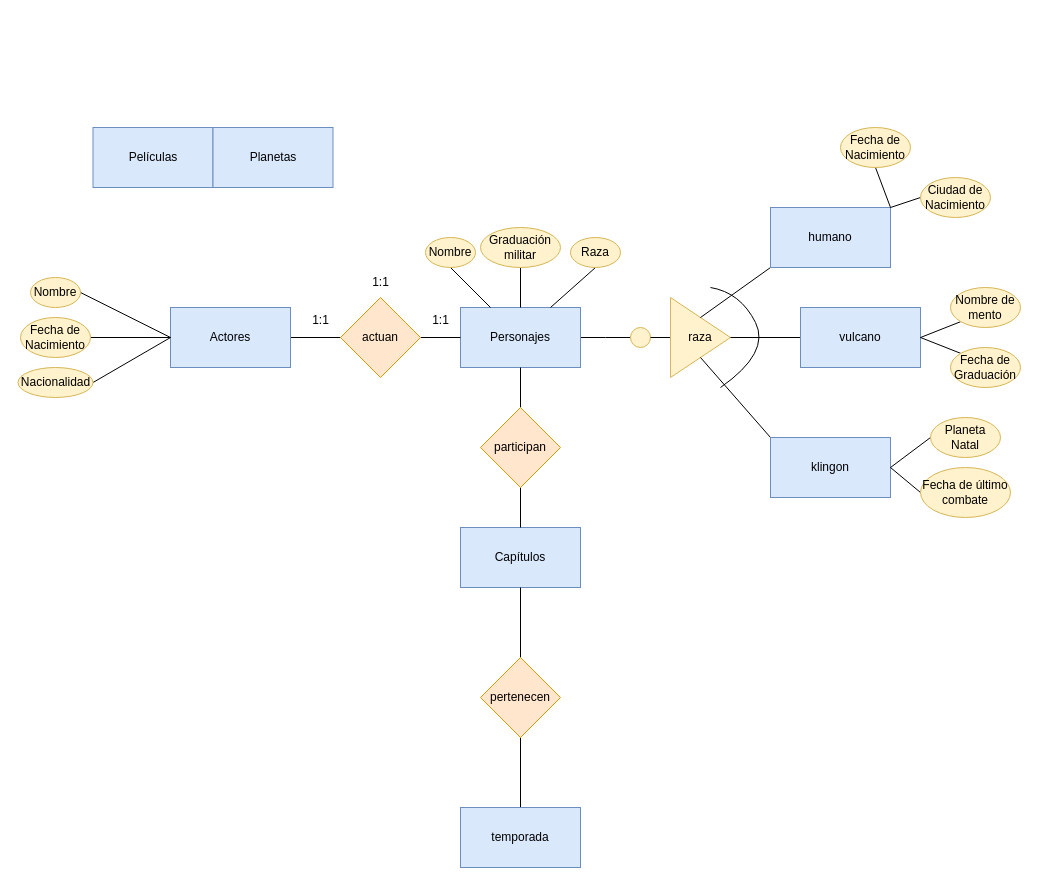
Above: tareas 1/star trek tarea Ud2 Entregalbe 3.drawio in GermanOjeda/base-datos (draw.io), before the change. Source tidied: cells renumbered, new cells numbered last; positions are measured from the earlier drawing's top-left corner, leaving out a move shared by most shapes. Both pictures are drawn from the tidied source at 100%, with x=0, y=0 at pixel (18, 127).
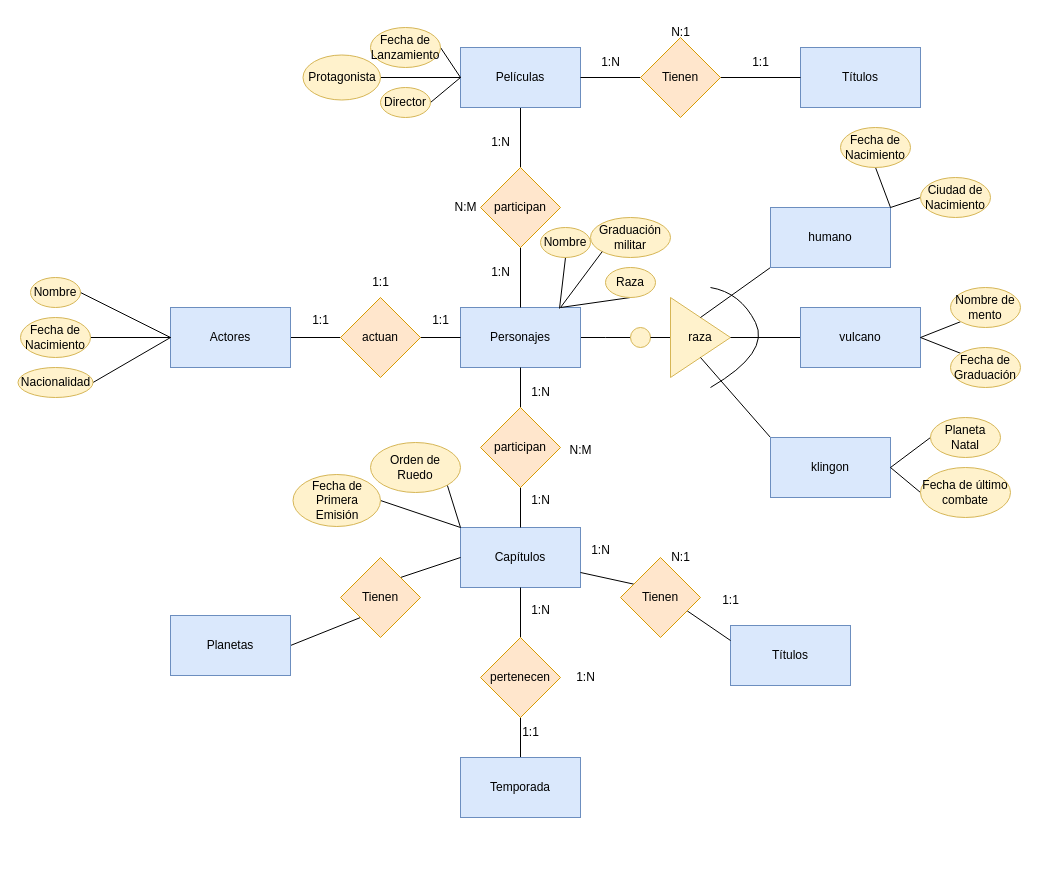
The same page after the edit.

The change refers to these unchanged cells:
```xml
<mxCell id="5" value="Personajes" style="rounded=0;whiteSpace=wrap;html=1;fillColor=#dae8fc;strokeColor=#6c8ebf;" parent="1" vertex="1">
  <mxGeometry x="442" y="180" width="120" height="60" as="geometry" />
</mxCell>
<mxCell id="6" value="Capítulos" style="rounded=0;whiteSpace=wrap;html=1;fillColor=#dae8fc;strokeColor=#6c8ebf;" parent="1" vertex="1">
  <mxGeometry x="442" y="400" width="120" height="60" as="geometry" />
</mxCell>
```

Diff of the diagram source:
```diff
@@
+    <mxCell id="55" style="rounded=0;jettySize=auto;html=1;exitX=0.5;exitY=0;exitDx=0;exitDy=0;entryX=0.5;entryY=1;entryDx=0;entryDy=0;endArrow=none;endFill=0;" parent="1" edge="1" source="75" target="7">
+      <mxGeometry relative="1" as="geometry" />
+    </mxCell>
@@
     <mxCell id="7" value="Películas" style="rounded=0;whiteSpace=wrap;html=1;fillColor=#dae8fc;strokeColor=#6c8ebf;" parent="1" vertex="1">
-      <mxGeometry x="74.5" width="120" height="60" as="geometry" />
+      <mxGeometry x="442" y="-80" width="120" height="60" as="geometry" />
     </mxCell>
+    <mxCell id="56" style="rounded=0;jettySize=auto;html=1;exitX=1;exitY=0.5;exitDx=0;exitDy=0;entryX=0;entryY=1;entryDx=0;entryDy=0;endArrow=none;endFill=0;" parent="1" edge="1" source="8" target="94">
+      <mxGeometry relative="1" as="geometry" />
+    </mxCell>
     <mxCell id="8" value="Planetas" style="rounded=0;whiteSpace=wrap;html=1;fillColor=#dae8fc;strokeColor=#6c8ebf;" parent="1" vertex="1">
-      <mxGeometry x="194.5" width="120" height="60" as="geometry" />
+      <mxGeometry x="152" y="488" width="120" height="60" as="geometry" />
     </mxCell>
@@
-    <mxCell id="20" style="rounded=0;jettySize=auto;html=1;exitX=0.5;exitY=1;exitDx=0;exitDy=0;endArrow=none;endFill=0;" parent="1" edge="1" source="21" target="5">
+    <mxCell id="20" style="rounded=0;jettySize=auto;html=1;exitX=0.5;exitY=1;exitDx=0;exitDy=0;endArrow=none;endFill=0;entryX=0.825;entryY=0.017;entryDx=0;entryDy=0;entryPerimeter=0;" parent="1" edge="1" source="21" target="5">
       <mxGeometry relative="1" as="geometry" />
     </mxCell>
     <mxCell id="21" value="Nombre" style="ellipse;whiteSpace=wrap;html=1;fillColor=#fff2cc;strokeColor=#d6b656;" parent="1" vertex="1">
-      <mxGeometry x="407" y="110" width="50" height="30" as="geometry" />
+      <mxGeometry x="522" y="100" width="50" height="30" as="geometry" />
     </mxCell>
-    <mxCell id="22" style="rounded=0;jettySize=auto;html=1;exitX=0.5;exitY=1;exitDx=0;exitDy=0;entryX=0.5;entryY=0;entryDx=0;entryDy=0;endArrow=none;endFill=0;" parent="1" edge="1" source="23" target="5">
-      <mxGeometry relative="1" as="geometry" />
-    </mxCell>
     <mxCell id="23" value="Graduación militar" style="ellipse;whiteSpace=wrap;html=1;fillColor=#fff2cc;strokeColor=#d6b656;" parent="1" vertex="1">
-      <mxGeometry x="462" y="100" width="80" height="40" as="geometry" />
+      <mxGeometry x="572" y="90" width="80" height="40" as="geometry" />
     </mxCell>
-    <mxCell id="24" style="rounded=0;jettySize=auto;html=1;exitX=0.5;exitY=1;exitDx=0;exitDy=0;entryX=0.75;entryY=0;entryDx=0;entryDy=0;endArrow=none;endFill=0;" parent="1" edge="1" source="25" target="5">
-      <mxGeometry relative="1" as="geometry" />
+    <mxCell id="24" style="rounded=0;jettySize=auto;html=1;exitX=0.5;exitY=1;exitDx=0;exitDy=0;endArrow=none;endFill=0;" parent="1" edge="1" source="25">
+      <mxGeometry relative="1" as="geometry">
+        <mxPoint x="542" y="180" as="targetPoint" />
+      </mxGeometry>
     </mxCell>
     <mxCell id="25" value="Raza" style="ellipse;whiteSpace=wrap;html=1;fillColor=#fff2cc;strokeColor=#d6b656;" parent="1" vertex="1">
-      <mxGeometry x="552" y="110" width="50" height="30" as="geometry" />
+      <mxGeometry x="587" y="140" width="50" height="30" as="geometry" />
     </mxCell>
@@
     <mxCell id="29" style="curved=1;endArrow=none;html=1;rounded=0;endFill=0;" parent="1" edge="1">
       <mxGeometry relative="1" as="geometry">
-        <mxPoint x="702" y="260" as="sourcePoint" />
+        <mxPoint x="692" y="260" as="sourcePoint" />
         <mxPoint x="692" y="160" as="targetPoint" />
         <Array as="points">
           <mxPoint x="752" y="225" />
           <mxPoint x="722" y="165" />
         </Array>
       </mxGeometry>
     </mxCell>
@@
-    <mxCell id="52" value="temporada" style="rounded=0;whiteSpace=wrap;html=1;fillColor=#dae8fc;strokeColor=#6c8ebf;" parent="1" vertex="1">
-      <mxGeometry x="442" y="680" width="120" height="60" as="geometry" />
+    <mxCell id="52" value="Temporada" style="rounded=0;whiteSpace=wrap;html=1;fillColor=#dae8fc;strokeColor=#6c8ebf;" parent="1" vertex="1">
+      <mxGeometry x="442" y="630" width="120" height="60" as="geometry" />
     </mxCell>
@@
     <mxCell id="54" value="pertenecen" style="rhombus;whiteSpace=wrap;html=1;fillColor=#ffe6cc;strokeColor=#d79b00;" parent="1" vertex="1">
-      <mxGeometry x="462" y="530" width="80" height="80" as="geometry" />
+      <mxGeometry x="462" y="510" width="80" height="80" as="geometry" />
     </mxCell>
+    <mxCell id="57" value="1:N" style="text;html=1;align=center;verticalAlign=middle;strokeColor=none;fillColor=none;" parent="1" vertex="1">
+      <mxGeometry x="502" y="250" width="40" height="30" as="geometry" />
+    </mxCell>
+    <mxCell id="58" value="1:N" style="text;html=1;align=center;verticalAlign=middle;strokeColor=none;fillColor=none;" parent="1" vertex="1">
+      <mxGeometry x="502" y="358" width="40" height="30" as="geometry" />
+    </mxCell>
+    <mxCell id="59" value="N:M" style="text;html=1;align=center;verticalAlign=middle;strokeColor=none;fillColor=none;" parent="1" vertex="1">
+      <mxGeometry x="537" y="308" width="50" height="30" as="geometry" />
+    </mxCell>
+    <mxCell id="60" value="1:1" style="text;html=1;align=center;verticalAlign=middle;strokeColor=none;fillColor=none;" parent="1" vertex="1">
+      <mxGeometry x="492" y="590" width="40" height="30" as="geometry" />
+    </mxCell>
+    <mxCell id="61" value="1:N" style="text;html=1;align=center;verticalAlign=middle;strokeColor=none;fillColor=none;" parent="1" vertex="1">
+      <mxGeometry x="502" y="468" width="40" height="30" as="geometry" />
+    </mxCell>
+    <mxCell id="62" value="1:N" style="text;html=1;align=center;verticalAlign=middle;strokeColor=none;fillColor=none;" parent="1" vertex="1">
+      <mxGeometry x="547" y="535" width="40" height="30" as="geometry" />
+    </mxCell>
+    <mxCell id="63" style="rounded=0;jettySize=auto;html=1;exitX=0;exitY=0.25;exitDx=0;exitDy=0;entryX=1;entryY=0.75;entryDx=0;entryDy=0;endArrow=none;endFill=0;" parent="1" edge="1" source="66" target="6">
+      <mxGeometry relative="1" as="geometry" />
+    </mxCell>
+    <mxCell id="64" value="Títulos" style="rounded=0;whiteSpace=wrap;html=1;fillColor=#dae8fc;strokeColor=#6c8ebf;" parent="1" vertex="1">
+      <mxGeometry x="712" y="498" width="120" height="60" as="geometry" />
+    </mxCell>
+    <mxCell id="65" style="rounded=0;jettySize=auto;html=1;exitX=0;exitY=0.25;exitDx=0;exitDy=0;entryX=1;entryY=0.75;entryDx=0;entryDy=0;endArrow=none;endFill=0;" parent="1" edge="1" source="64" target="66">
+      <mxGeometry relative="1" as="geometry" />
+    </mxCell>
+    <mxCell id="66" value="Tienen" style="rhombus;whiteSpace=wrap;html=1;fillColor=#ffe6cc;strokeColor=#d79b00;" parent="1" vertex="1">
+      <mxGeometry x="602" y="430" width="80" height="80" as="geometry" />
+    </mxCell>
+    <mxCell id="67" value="1:N" style="text;html=1;align=center;verticalAlign=middle;strokeColor=none;fillColor=none;" parent="1" vertex="1">
+      <mxGeometry x="562" y="408" width="40" height="30" as="geometry" />
+    </mxCell>
+    <mxCell id="68" value="1:1" style="text;html=1;align=center;verticalAlign=middle;strokeColor=none;fillColor=none;" parent="1" vertex="1">
+      <mxGeometry x="692" y="458" width="40" height="30" as="geometry" />
+    </mxCell>
+    <mxCell id="69" value="N:1" style="text;html=1;align=center;verticalAlign=middle;strokeColor=none;fillColor=none;" parent="1" vertex="1">
+      <mxGeometry x="642" y="415" width="40" height="30" as="geometry" />
+    </mxCell>
+    <mxCell id="70" style="rounded=0;jettySize=auto;html=1;exitX=1;exitY=1;exitDx=0;exitDy=0;entryX=0;entryY=0;entryDx=0;entryDy=0;endArrow=none;endFill=0;" parent="1" edge="1" source="71" target="6">
+      <mxGeometry relative="1" as="geometry" />
+    </mxCell>
+    <mxCell id="71" value="Orden de Ruedo" style="ellipse;whiteSpace=wrap;html=1;fillColor=#fff2cc;strokeColor=#d6b656;" parent="1" vertex="1">
+      <mxGeometry x="352" y="315" width="90" height="50" as="geometry" />
+    </mxCell>
+    <mxCell id="72" style="rounded=0;jettySize=auto;html=1;exitX=1;exitY=0.5;exitDx=0;exitDy=0;endArrow=none;endFill=0;" parent="1" edge="1" source="73">
+      <mxGeometry relative="1" as="geometry">
+        <mxPoint x="442" y="400" as="targetPoint" />
+      </mxGeometry>
+    </mxCell>
+    <mxCell id="73" value="Fecha de Primera Emisión" style="ellipse;whiteSpace=wrap;html=1;fillColor=#fff2cc;strokeColor=#d6b656;" parent="1" vertex="1">
+      <mxGeometry x="274.5" y="347" width="87.5" height="52" as="geometry" />
+    </mxCell>
+    <mxCell id="74" style="rounded=0;jettySize=auto;html=1;exitX=0.5;exitY=0;exitDx=0;exitDy=0;entryX=0.5;entryY=1;entryDx=0;entryDy=0;endArrow=none;endFill=0;" parent="1" edge="1" source="5" target="75">
+      <mxGeometry relative="1" as="geometry" />
+    </mxCell>
+    <mxCell id="75" value="participan" style="rhombus;whiteSpace=wrap;html=1;fillColor=#ffe6cc;strokeColor=#d79b00;" parent="1" vertex="1">
+      <mxGeometry x="462" y="40" width="80" height="80" as="geometry" />
+    </mxCell>
+    <mxCell id="76" value="1:N" style="text;html=1;align=center;verticalAlign=middle;strokeColor=none;fillColor=none;" parent="1" vertex="1">
+      <mxGeometry x="462" y="130" width="40" height="30" as="geometry" />
+    </mxCell>
+    <mxCell id="77" value="1:N" style="text;html=1;align=center;verticalAlign=middle;strokeColor=none;fillColor=none;" parent="1" vertex="1">
+      <mxGeometry x="462" width="40" height="30" as="geometry" />
+    </mxCell>
+    <mxCell id="78" value="N:M" style="text;html=1;align=center;verticalAlign=middle;strokeColor=none;fillColor=none;" parent="1" vertex="1">
+      <mxGeometry x="422" y="65" width="50" height="30" as="geometry" />
+    </mxCell>
+    <mxCell id="79" style="rounded=0;jettySize=auto;html=1;exitX=0;exitY=1;exitDx=0;exitDy=0;endArrow=none;endFill=0;" parent="1" edge="1" source="23">
+      <mxGeometry relative="1" as="geometry">
+        <mxPoint x="542" y="180" as="targetPoint" />
+      </mxGeometry>
+    </mxCell>
+    <mxCell id="80" style="rounded=0;jettySize=auto;html=1;exitX=0;exitY=0.5;exitDx=0;exitDy=0;entryX=1;entryY=0.5;entryDx=0;entryDy=0;endArrow=none;endFill=0;" parent="1" edge="1" source="83" target="7">
+      <mxGeometry relative="1" as="geometry" />
+    </mxCell>
+    <mxCell id="81" value="Títulos" style="rounded=0;whiteSpace=wrap;html=1;fillColor=#dae8fc;strokeColor=#6c8ebf;" parent="1" vertex="1">
+      <mxGeometry x="782" y="-80" width="120" height="60" as="geometry" />
+    </mxCell>
+    <mxCell id="82" style="rounded=0;jettySize=auto;html=1;exitX=1;exitY=0.5;exitDx=0;exitDy=0;entryX=0;entryY=0.5;entryDx=0;entryDy=0;endArrow=none;endFill=0;" parent="1" edge="1" source="83" target="81">
+      <mxGeometry relative="1" as="geometry" />
+    </mxCell>
+    <mxCell id="83" value="Tienen" style="rhombus;whiteSpace=wrap;html=1;fillColor=#ffe6cc;strokeColor=#d79b00;" parent="1" vertex="1">
+      <mxGeometry x="622" y="-90" width="80" height="80" as="geometry" />
+    </mxCell>
+    <mxCell id="84" value="1:N" style="text;html=1;align=center;verticalAlign=middle;strokeColor=none;fillColor=none;" parent="1" vertex="1">
+      <mxGeometry x="572" y="-80" width="40" height="30" as="geometry" />
+    </mxCell>
+    <mxCell id="85" value="1:1" style="text;html=1;align=center;verticalAlign=middle;strokeColor=none;fillColor=none;" parent="1" vertex="1">
+      <mxGeometry x="722" y="-80" width="40" height="30" as="geometry" />
+    </mxCell>
+    <mxCell id="86" value="N:1" style="text;html=1;align=center;verticalAlign=middle;strokeColor=none;fillColor=none;" parent="1" vertex="1">
+      <mxGeometry x="642" y="-110" width="40" height="30" as="geometry" />
+    </mxCell>
+    <mxCell id="87" style="rounded=0;jettySize=auto;html=1;exitX=1;exitY=0.5;exitDx=0;exitDy=0;entryX=0;entryY=0.5;entryDx=0;entryDy=0;endArrow=none;endFill=0;" parent="1" edge="1" source="88" target="7">
+      <mxGeometry relative="1" as="geometry" />
+    </mxCell>
+    <mxCell id="88" value="Fecha de Lanzamiento" style="ellipse;whiteSpace=wrap;html=1;fillColor=#fff2cc;strokeColor=#d6b656;" parent="1" vertex="1">
+      <mxGeometry x="352" y="-100" width="70" height="40" as="geometry" />
+    </mxCell>
+    <mxCell id="89" style="rounded=0;jettySize=auto;html=1;exitX=1;exitY=0.5;exitDx=0;exitDy=0;entryX=0;entryY=0.5;entryDx=0;entryDy=0;endArrow=none;endFill=0;" parent="1" edge="1" source="90" target="7">
+      <mxGeometry relative="1" as="geometry" />
+    </mxCell>
+    <mxCell id="90" value="Director" style="ellipse;whiteSpace=wrap;html=1;fillColor=#fff2cc;strokeColor=#d6b656;" parent="1" vertex="1">
+      <mxGeometry x="362" y="-40" width="50" height="30" as="geometry" />
+    </mxCell>
+    <mxCell id="91" style="rounded=0;jettySize=auto;html=1;exitX=1;exitY=0.5;exitDx=0;exitDy=0;entryX=0;entryY=0.5;entryDx=0;entryDy=0;endArrow=none;endFill=0;" parent="1" edge="1" source="92" target="7">
+      <mxGeometry relative="1" as="geometry" />
+    </mxCell>
+    <mxCell id="92" value="Protagonista" style="ellipse;whiteSpace=wrap;html=1;fillColor=#fff2cc;strokeColor=#d6b656;" parent="1" vertex="1">
+      <mxGeometry x="284.5" y="-72.5" width="77.5" height="45" as="geometry" />
+    </mxCell>
+    <mxCell id="93" style="rounded=0;jettySize=auto;html=1;exitX=1;exitY=0;exitDx=0;exitDy=0;entryX=0;entryY=0.5;entryDx=0;entryDy=0;endArrow=none;endFill=0;" parent="1" edge="1" source="94" target="6">
+      <mxGeometry relative="1" as="geometry" />
+    </mxCell>
+    <mxCell id="94" value="Tienen" style="rhombus;whiteSpace=wrap;html=1;fillColor=#ffe6cc;strokeColor=#d79b00;" parent="1" vertex="1">
+      <mxGeometry x="322" y="430" width="80" height="80" as="geometry" />
+    </mxCell>
```
